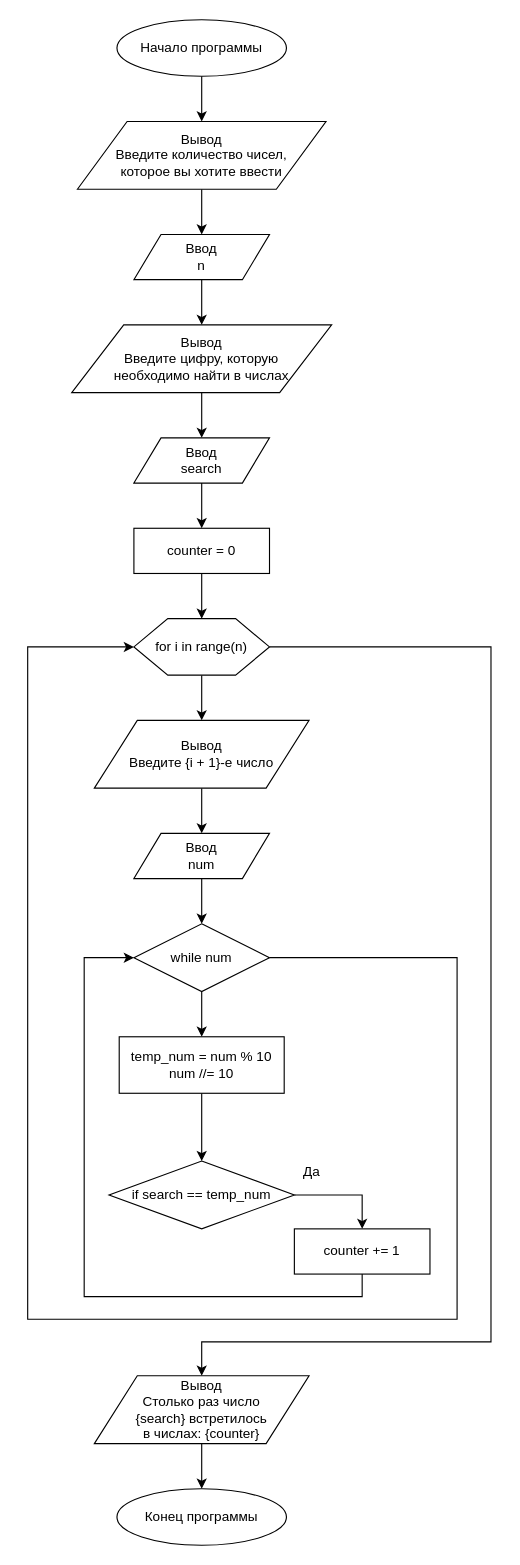
Earlier version of the draw.io diagram page "homework_2.8" (8 of 9) of lesson_2/lesson_2.drawio (MaximJoinedGit/-Algorithms-and-data-structures-on-Python). Source tidied: cells renumbered, new cells numbered last; positions are measured from the earlier drawing's top-left corner, leaving out a move shared by most shapes. Both pictures are drawn from the tidied source at 113%, with x=0, y=0 at pixel (27, 19).
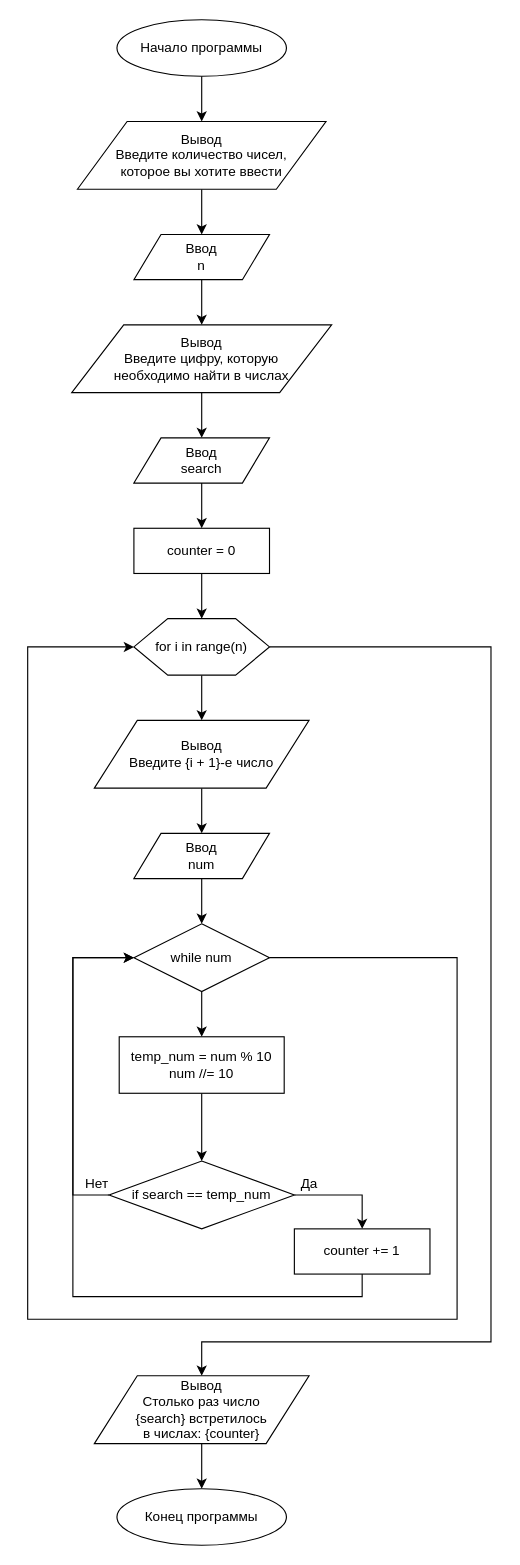
Above is the later version.

Unchanged cells that the change refers to:
```xml
<mxCell id="23" value="while num" style="rhombus;whiteSpace=wrap;html=1;" parent="1" vertex="1">
  <mxGeometry x="94" y="800" width="120" height="60" as="geometry" />
</mxCell>
<mxCell id="27" value="if search == temp_num" style="rhombus;whiteSpace=wrap;html=1;" parent="1" vertex="1">
  <mxGeometry x="72" y="1010" width="164" height="60" as="geometry" />
</mxCell>
<mxCell id="30" value="counter += 1" style="rounded=0;whiteSpace=wrap;html=1;" parent="1" vertex="1">
  <mxGeometry x="236" y="1070" width="120" height="40" as="geometry" />
</mxCell>
```

What changed in the source:
```diff
@@
+    <mxCell id="34" style="edgeStyle=orthogonalEdgeStyle;rounded=0;jettySize=auto;html=1;exitX=0;exitY=0.5;exitDx=0;exitDy=0;entryX=0;entryY=0.5;entryDx=0;entryDy=0;" parent="1" edge="1" source="27" target="23">
+      <mxGeometry relative="1" as="geometry">
+        <Array as="points">
+          <mxPoint x="40" y="1040" />
+          <mxPoint x="40" y="830" />
+        </Array>
+      </mxGeometry>
+    </mxCell>
@@
     <mxCell id="28" value="Да" style="text;html=1;align=center;verticalAlign=middle;" parent="1" vertex="1">
-      <mxGeometry x="236" y="1010" width="30" height="20" as="geometry" />
+      <mxGeometry x="234" y="1020" width="30" height="20" as="geometry" />
     </mxCell>
     <mxCell id="29" style="edgeStyle=orthogonalEdgeStyle;rounded=0;jettySize=auto;html=1;exitX=0.5;exitY=1;exitDx=0;exitDy=0;entryX=0;entryY=0.5;entryDx=0;entryDy=0;" parent="1" edge="1" source="30" target="23">
       <mxGeometry relative="1" as="geometry">
         <Array as="points">
           <mxPoint x="296" y="1130" />
-          <mxPoint x="50" y="1130" />
-          <mxPoint x="50" y="830" />
+          <mxPoint x="40" y="1130" />
+          <mxPoint x="40" y="830" />
         </Array>
       </mxGeometry>
     </mxCell>
@@
+    <mxCell id="35" value="Нет" style="text;html=1;align=center;verticalAlign=middle;" parent="1" vertex="1">
+      <mxGeometry x="41" y="1020" width="40" height="20" as="geometry" />
+    </mxCell>
```
